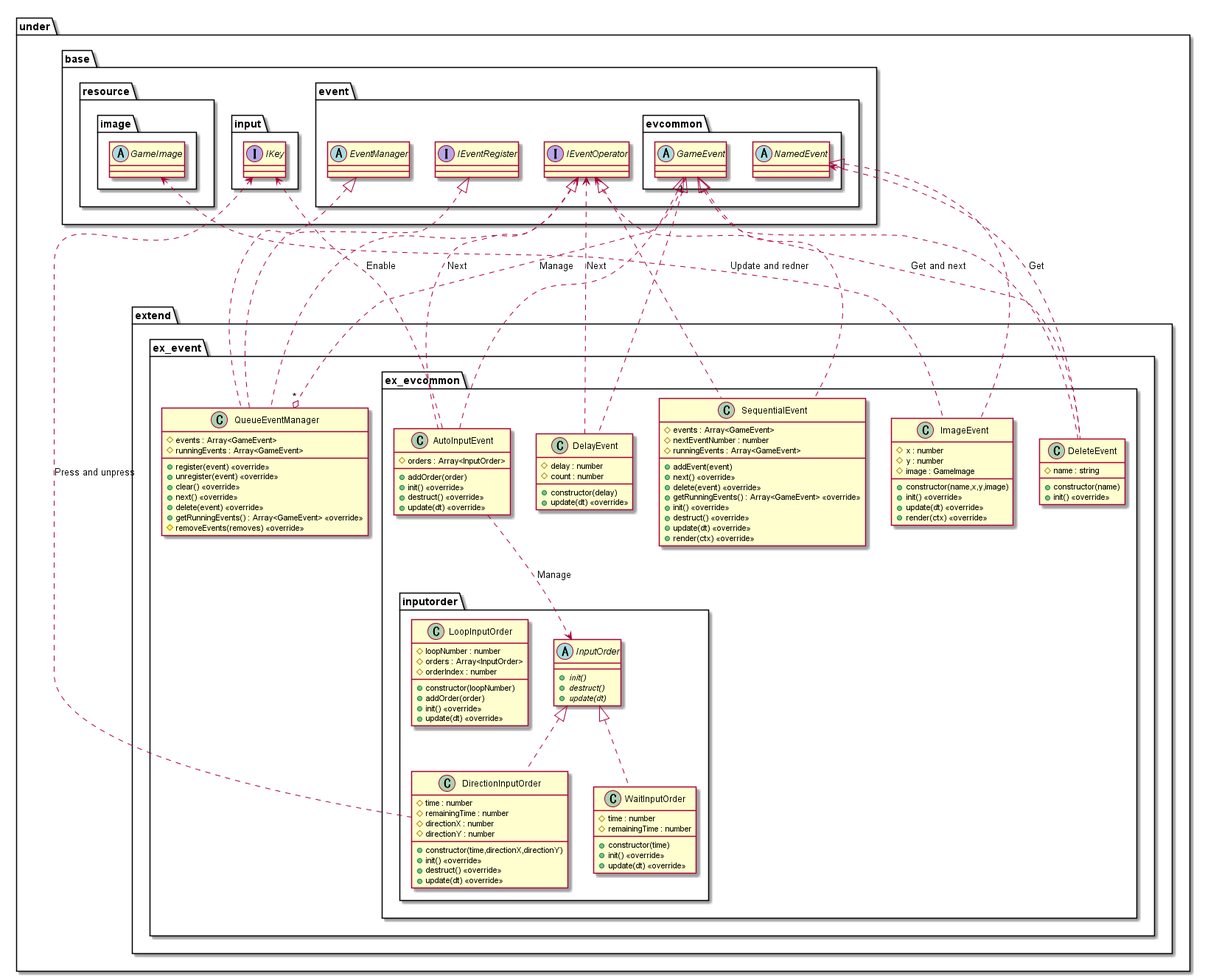
Before: out/uml/event/Extend/EventExtend.png, a diagram exported from PlantUML (Expine/Under).
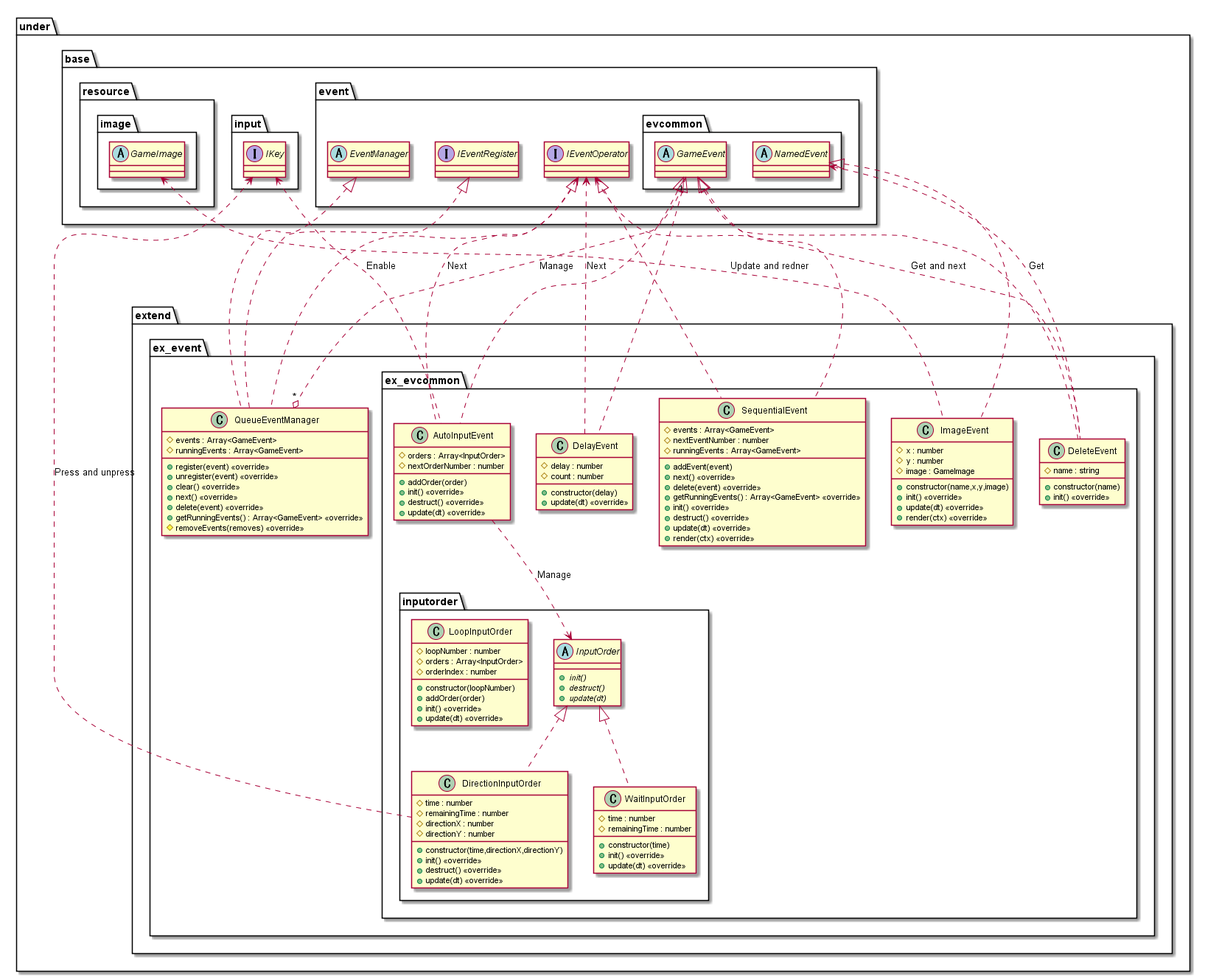
After the change.

Commit message:
Sequential event call destructor and auto input event can be saved

Diff of the diagram source:
```diff
@@ -50,6 +50,7 @@
                 }
                 class AutoInputEvent {
                     #orders : Array<InputOrder>
+                    #nextOrderNumber : number
                     +addOrder(order)
                     +init() <<override>>
                     +destruct() <<override>>
```
